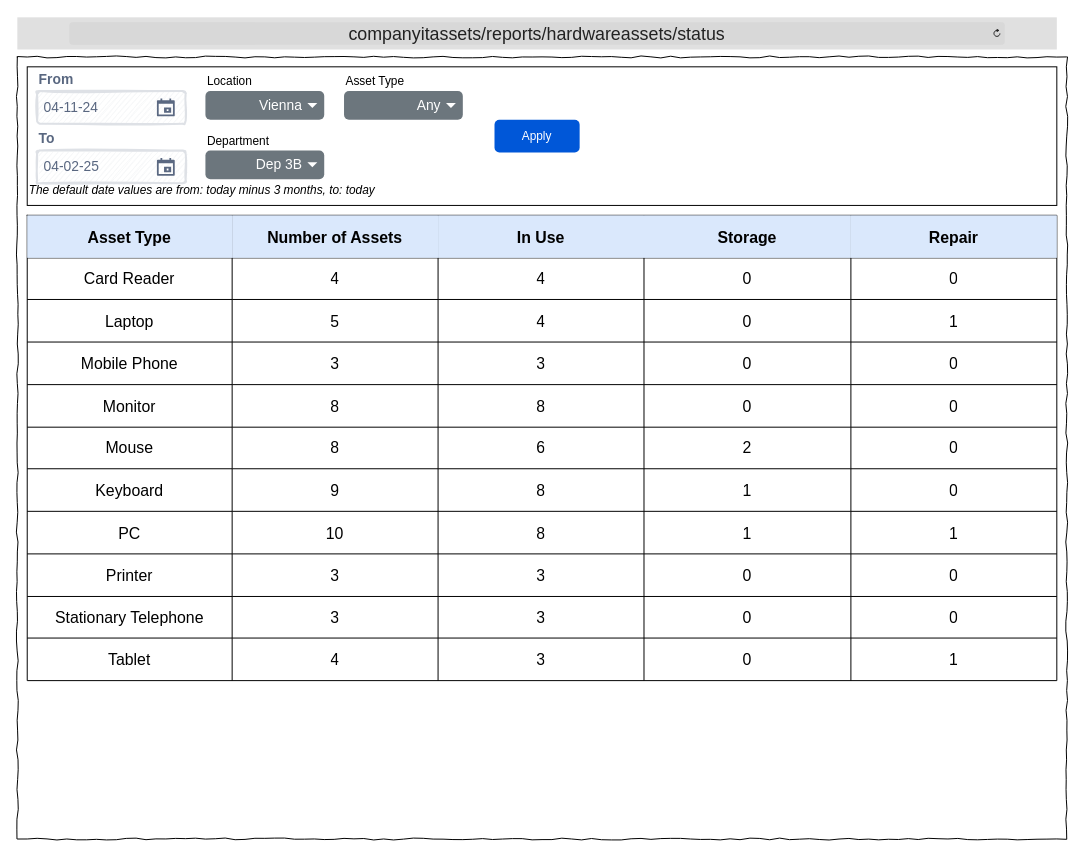
Above: Wireframes/ITAT_Reports_HWStatus.drawio in TRed91/ITAssetTracking (draw.io), before the change. Source tidied: cells renumbered, new cells numbered last; positions are measured from the earlier drawing's top-left corner, leaving out a move shared by most shapes. Both pictures are drawn from the tidied source at 99%, with x=0, y=0 at pixel (17, 17).
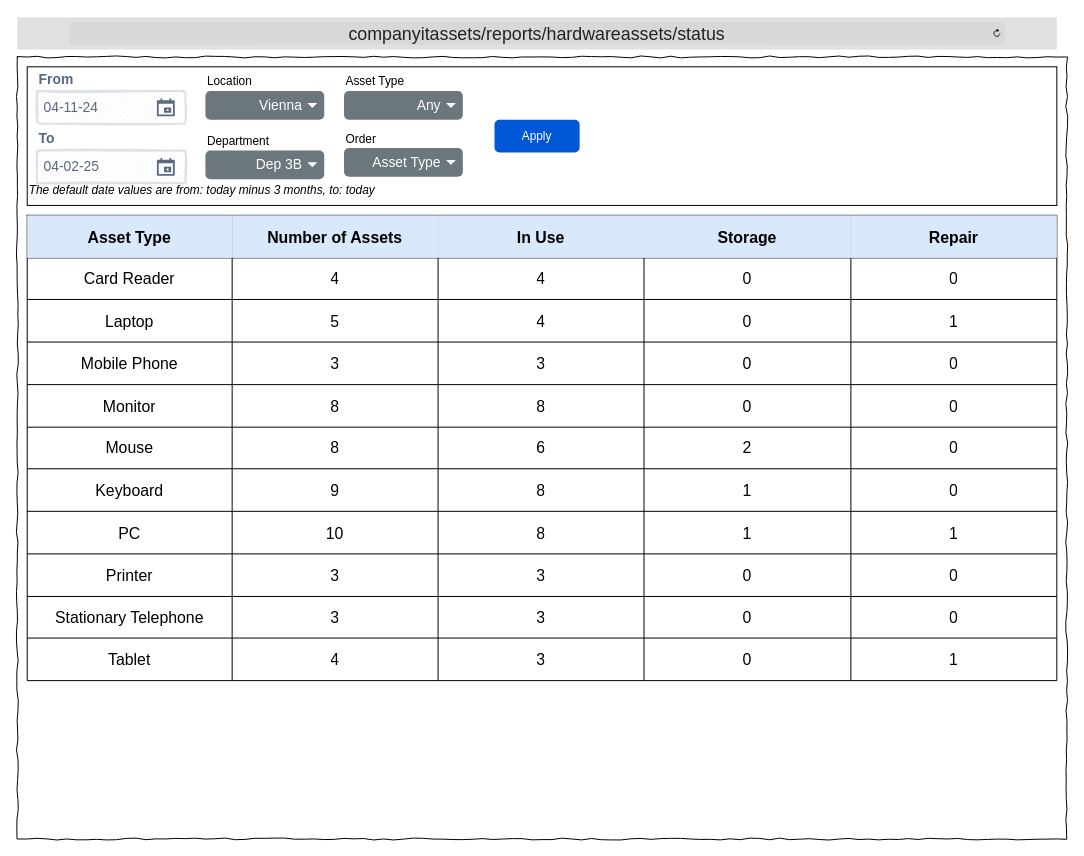
After the change.

The edit, as a diff of the source:
```diff
@@
+    <mxCell id="89" value="Order" style="text;html=1;align=left;verticalAlign=middle;whiteSpace=wrap;rounded=0;" parent="1" vertex="1">
+      <mxGeometry x="330" y="107.5" width="70" height="30" as="geometry" />
+    </mxCell>
+    <mxCell id="90" value="Asset Type" style="html=1;shadow=0;dashed=0;shape=mxgraph.bootstrap.rrect;rSize=5;strokeColor=none;strokeWidth=1;fillColor=#6C767D;fontColor=#ffffff;whiteSpace=wrap;align=right;verticalAlign=middle;fontStyle=0;fontSize=14;spacingRight=20;" parent="1" vertex="1">
+      <mxGeometry x="330" y="132" width="120" height="29" as="geometry" />
+    </mxCell>
+    <mxCell id="91" style="shape=triangle;direction=south;fillColor=#ffffff;strokeColor=none;perimeter=none;" parent="90" vertex="1">
+      <mxGeometry x="1" y="0.5" width="10" height="5" relative="1" as="geometry">
+        <mxPoint x="-17" y="-2.5" as="offset" />
+      </mxGeometry>
+    </mxCell>
```
